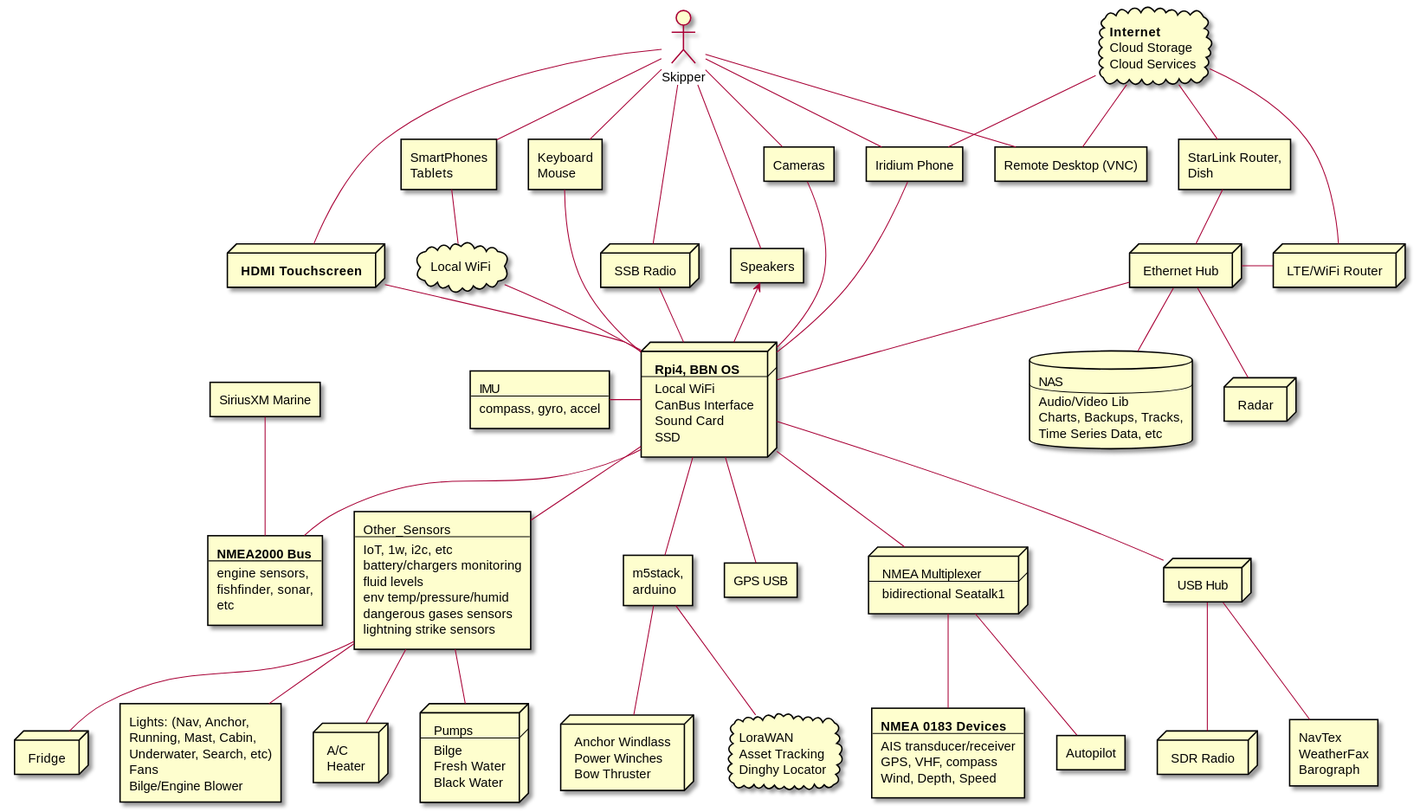
Earlier version of the PlantUML export docs/images/system-arch.svg (bareboat-necessities/my-bareboat).
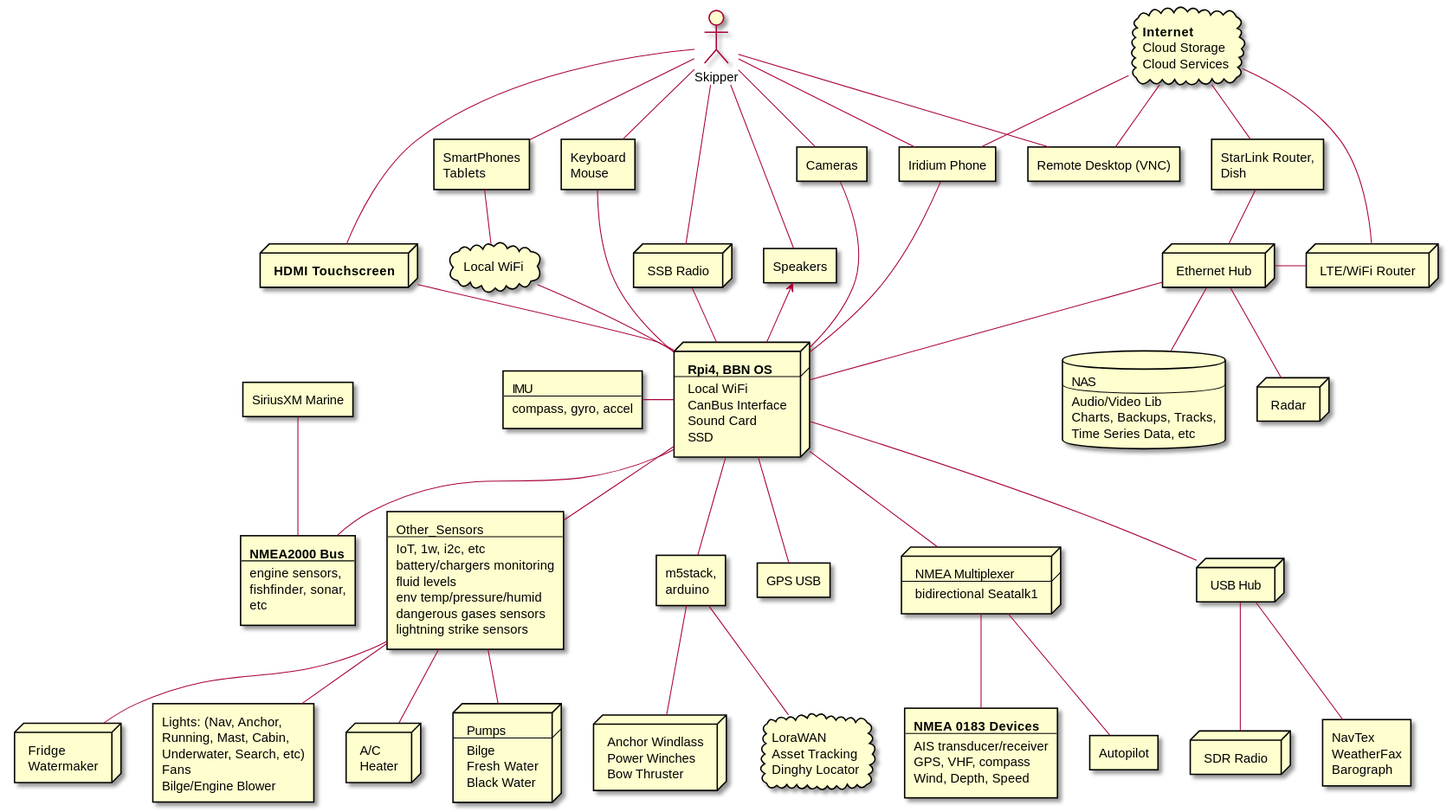
The same file after the commit.

Commit message:
better diagrams

Diff of the diagram source:
```diff
@@ -128,6 +128,7 @@
 
 node Fridge [
  Fridge
+ Watermaker
 ]
 
 rectangle Lights_Fans [
```
